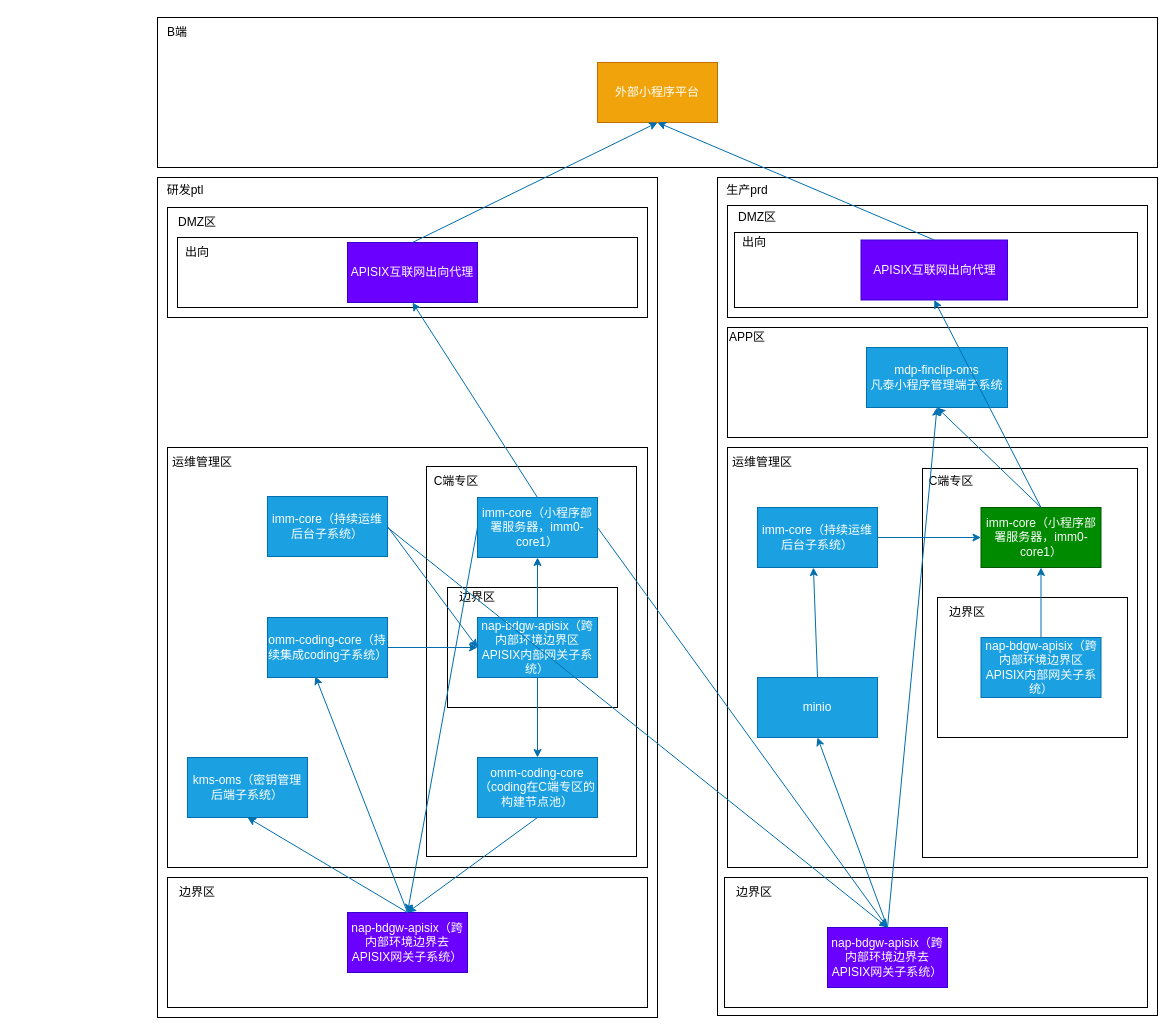
Above: 小程序发布部署架构图-生产有C端专区-凡泰测试发到生产.drawio in lao-chengyong/- (draw.io), before the change. Source tidied: cells renumbered, new cells numbered last; positions are measured from the earlier drawing's top-left corner, leaving out a move shared by most shapes. Both pictures are drawn from the tidied source at 100%, with x=0, y=0 at pixel (147, 17).
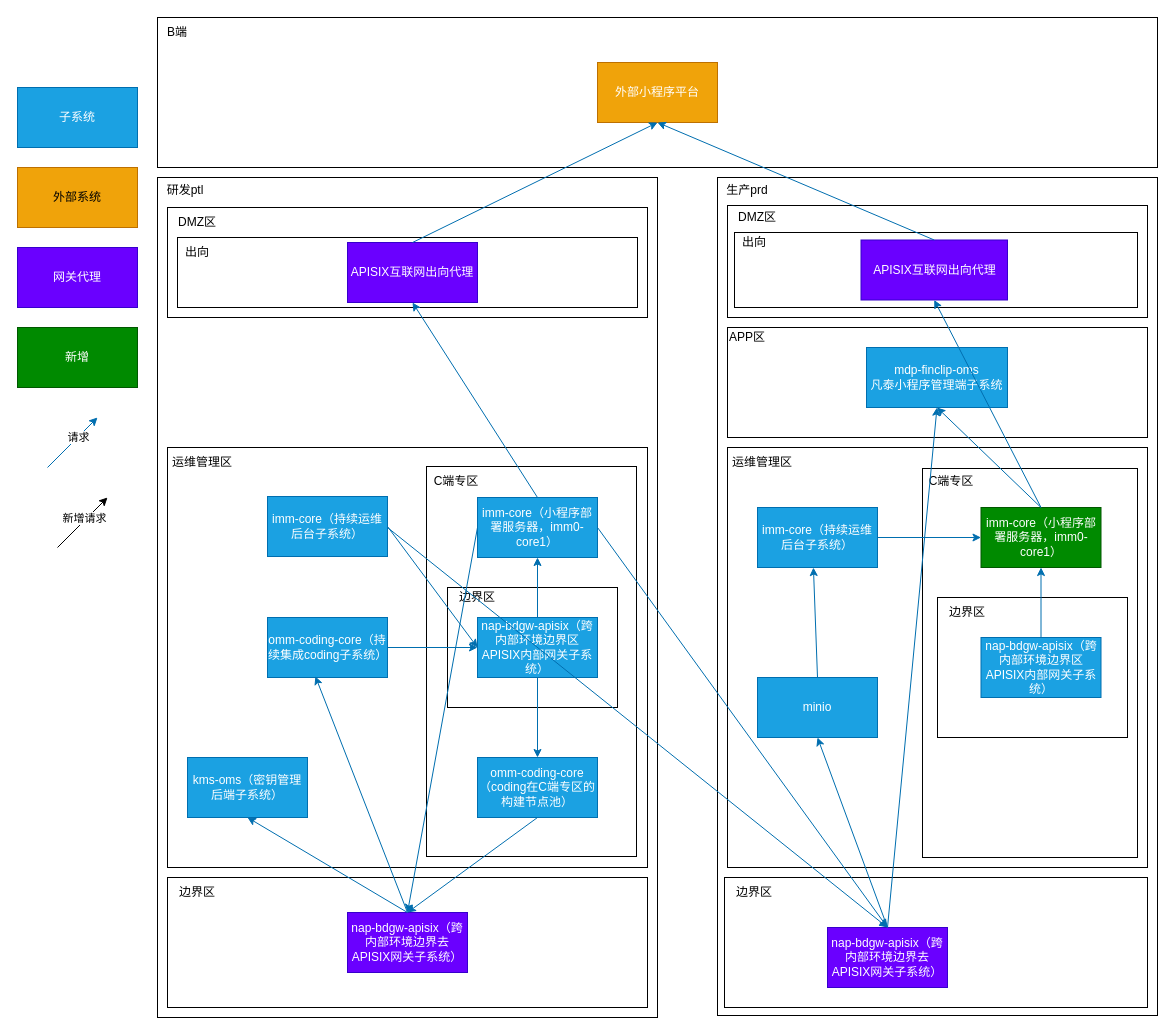
Above is the later version.

Commit message:
更新小程序发布部署架构图-生产有C端专区-凡泰测试发到生产.drawio

Diff of the diagram source:
```diff
@@
+    <mxCell id="72" value="子系统" style="rounded=0;whiteSpace=wrap;html=1;fillColor=#1ba1e2;fontColor=#ffffff;strokeColor=#006EAF;" parent="1" vertex="1">
+      <mxGeometry x="-130" y="70" width="120" height="60" as="geometry" />
+    </mxCell>
+    <mxCell id="73" value="外部系统" style="rounded=0;whiteSpace=wrap;html=1;fillColor=#f0a30a;fontColor=#000000;strokeColor=#BD7000;" parent="1" vertex="1">
+      <mxGeometry x="-130" y="150" width="120" height="60" as="geometry" />
+    </mxCell>
+    <mxCell id="74" value="网关代理" style="rounded=0;whiteSpace=wrap;html=1;fillColor=#6a00ff;fontColor=#ffffff;strokeColor=#3700CC;" parent="1" vertex="1">
+      <mxGeometry x="-130" y="230" width="120" height="60" as="geometry" />
+    </mxCell>
+    <mxCell id="75" value="新增" style="rounded=0;whiteSpace=wrap;html=1;fillColor=#008a00;fontColor=#ffffff;strokeColor=#005700;" parent="1" vertex="1">
+      <mxGeometry x="-130" y="310" width="120" height="60" as="geometry" />
+    </mxCell>
+    <mxCell id="76" style="endArrow=classic;html=1;rounded=0;fillColor=#1ba1e2;strokeColor=#006EAF;" parent="1" edge="1">
+      <mxGeometry relative="1" as="geometry">
+        <mxPoint x="-100" y="450" as="sourcePoint" />
+        <mxPoint x="-50" y="400" as="targetPoint" />
+      </mxGeometry>
+    </mxCell>
+    <mxCell id="77" value="请求" style="edgeLabel;html=1;align=center;verticalAlign=middle;" parent="76" vertex="1">
+      <mxGeometry x="-0.14" y="10" relative="1" as="geometry">
+        <mxPoint x="16" y="-2" as="offset" />
+      </mxGeometry>
+    </mxCell>
+    <mxCell id="78" style="endArrow=classic;html=1;rounded=0;" parent="1" edge="1">
+      <mxGeometry relative="1" as="geometry">
+        <mxPoint x="-90" y="530" as="sourcePoint" />
+        <mxPoint x="-40" y="480" as="targetPoint" />
+      </mxGeometry>
+    </mxCell>
+    <mxCell id="79" value="新增请求" style="edgeLabel;html=1;align=center;verticalAlign=middle;" parent="78" vertex="1">
+      <mxGeometry x="-0.14" y="-6" relative="1" as="geometry">
+        <mxPoint x="1" y="-13" as="offset" />
+      </mxGeometry>
+    </mxCell>
```
